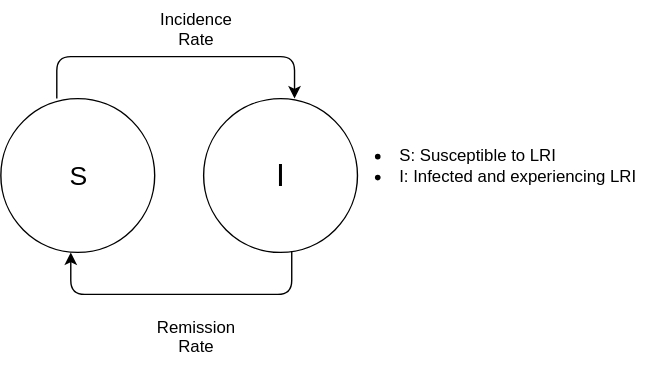
ihmeuw/vivarium_research keeps this draw.io diagram as docs/source/models/gbd2017/causes/lower_respiratory_infections/lri_disease_model.svg. Above is the earlier version. Source tidied: cells renumbered, new cells last; positions are measured from the earlier drawing's top-left corner, leaving out a move shared by most shapes.
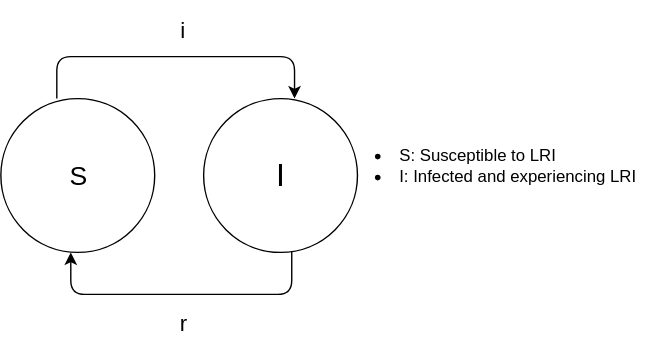
The same file after the commit.

Commit message:
added data tables for LRI

What changed in the source:
```diff
@@ -26,14 +26,14 @@
         </Array>
       </mxGeometry>
     </mxCell>
-    <object id="6" label="Remission Rate" name="Variable" placeholders="1">
+    <object id="6" label="&lt;font style=&quot;font-size: 16px&quot;&gt;r&lt;/font&gt;" name="Variable" placeholders="1">
       <mxCell style="text;html=1;strokeColor=none;fillColor=none;align=center;verticalAlign=middle;whiteSpace=wrap;overflow=hidden;" parent="1" vertex="1">
-        <mxGeometry x="100" y="220" width="80" height="40" as="geometry" />
+        <mxGeometry x="90" y="210" width="80" height="40" as="geometry" />
       </mxCell>
     </object>
-    <object id="7" label="Incidence Rate" name="Variable" placeholders="1">
+    <object id="7" label="&lt;font style=&quot;font-size: 16px&quot;&gt;i&lt;/font&gt;" name="Variable" placeholders="1">
       <mxCell style="text;html=1;strokeColor=none;fillColor=none;align=center;verticalAlign=middle;whiteSpace=wrap;overflow=hidden;" parent="1" vertex="1">
-        <mxGeometry x="100" width="80" height="40" as="geometry" />
+        <mxGeometry x="90" width="80" height="40" as="geometry" />
       </mxCell>
     </object>
     <mxCell id="8" value="&lt;div&gt;&lt;br&gt;&lt;/div&gt;&lt;ul&gt;&lt;li&gt;&amp;nbsp;S: Susceptible to LRI&amp;nbsp;&lt;/li&gt;&lt;li&gt;&amp;nbsp;I: Infected and experiencing LRI&lt;/li&gt;&lt;/ul&gt;" style="text;strokeColor=none;fillColor=none;html=1;whiteSpace=wrap;verticalAlign=middle;overflow=hidden;" parent="1" vertex="1">
```
